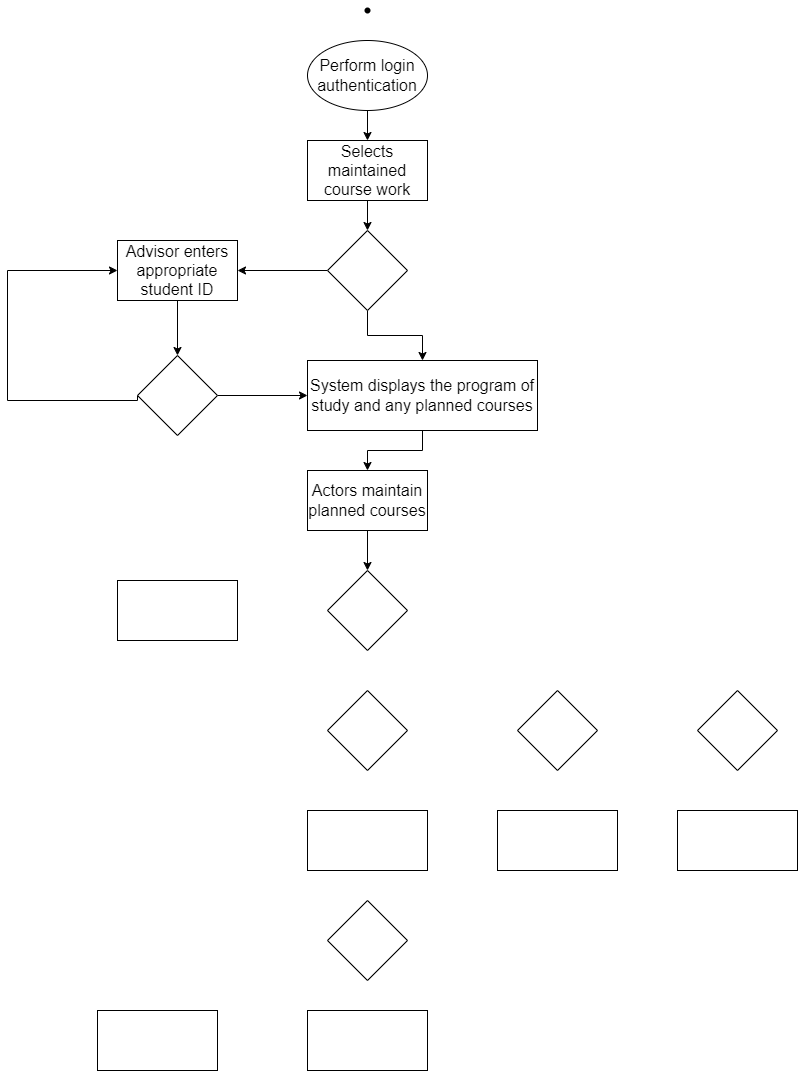
Before: Chương 1.png, a diagram exported from draw.io (datnham0212/learning). Source tidied: cells renumbered, new cells last; positions are measured from the earlier drawing's top-left corner, leaving out a move shared by most shapes.
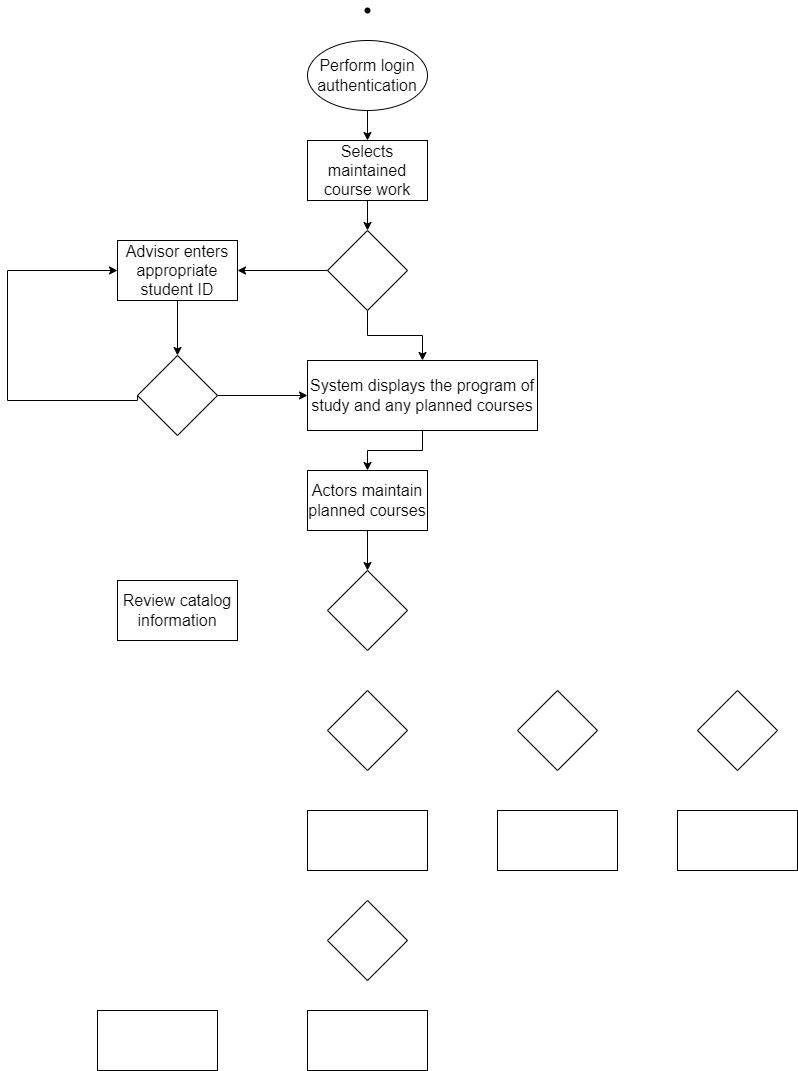
After the change.

What changed in the source:
```diff
@@ -59,7 +59,7 @@
     <mxCell id="18" value="Actors maintain planned courses" style="rounded=0;whiteSpace=wrap;html=1;fontSize=16;" parent="1" vertex="1">
       <mxGeometry x="300" y="470" width="120" height="60" as="geometry" />
     </mxCell>
-    <mxCell id="19" style="rounded=0;whiteSpace=wrap;html=1;fontSize=16;" parent="1" vertex="1">
+    <mxCell id="19" value="Review catalog information" style="rounded=0;whiteSpace=wrap;html=1;fontSize=16;" parent="1" vertex="1">
       <mxGeometry x="110" y="580" width="120" height="60" as="geometry" />
     </mxCell>
     <mxCell id="20" style="rounded=0;whiteSpace=wrap;html=1;fontSize=16;" parent="1" vertex="1">
```
